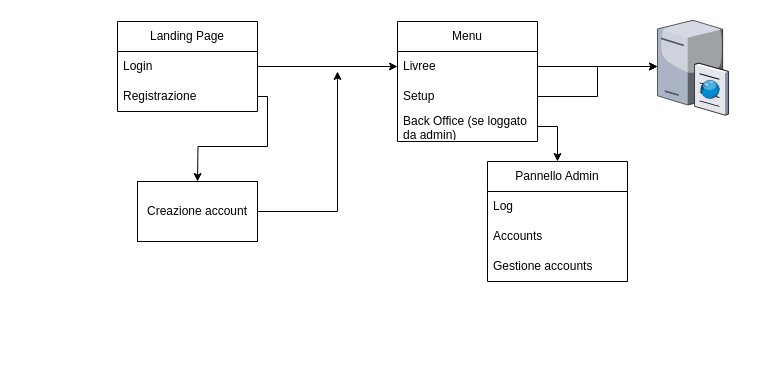
ForeverExe/BSR_Resources keeps this draw.io diagram as page "Flow&Struct" (1 of 2) of schema.drawio. Above is the earlier version. Source tidied: cells renumbered, new cells numbered last; positions are measured from the earlier drawing's top-left corner, leaving out a move shared by most shapes. Both pictures are drawn from the tidied source at 100%, with x=0, y=0 at pixel (117, 17).
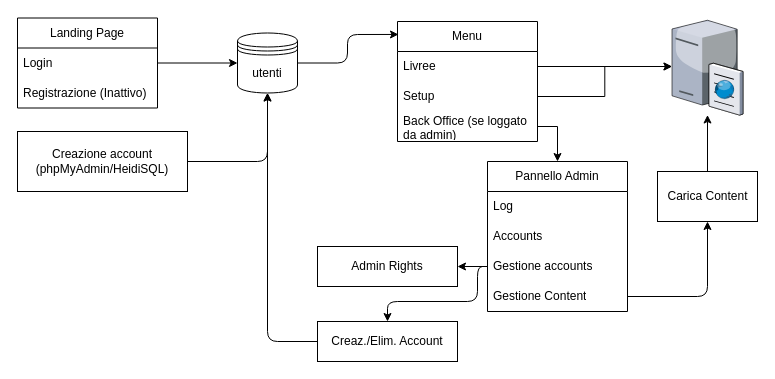
The same diagram, later.

The change refers to these unchanged cells:
```xml
<mxCell id="3" value="Login" style="text;strokeColor=none;fillColor=none;align=left;verticalAlign=middle;spacingLeft=4;spacingRight=4;overflow=hidden;points=[[0,0.5],[1,0.5]];portConstraint=eastwest;whiteSpace=wrap;html=1;" parent="2" vertex="1">
  <mxGeometry y="30" width="140" height="30" as="geometry" />
</mxCell>
<mxCell id="5" value="Menu" style="swimlane;fontStyle=0;horizontal=1;startSize=30;whiteSpace=wrap;html=1;" parent="1" vertex="1">
  <mxGeometry x="280" y="4" width="140" height="120" as="geometry" />
</mxCell>
<mxCell id="6" value="Livree" style="text;strokeColor=none;fillColor=none;align=left;verticalAlign=middle;spacingLeft=4;spacingRight=4;overflow=hidden;points=[[0,0.5],[1,0.5]];portConstraint=eastwest;whiteSpace=wrap;html=1;" parent="5" vertex="1">
  <mxGeometry y="30" width="140" height="30" as="geometry" />
</mxCell>
<mxCell id="20" value="Gestione accounts" style="text;strokeColor=none;fillColor=none;align=left;verticalAlign=middle;spacingLeft=4;spacingRight=4;overflow=hidden;points=[[0,0.5],[1,0.5]];portConstraint=eastwest;whiteSpace=wrap;html=1;" parent="17" vertex="1">
  <mxGeometry y="90" width="140" height="30" as="geometry" />
</mxCell>
```

What changed in the source:
```diff
@@
     <mxCell id="2" value="Landing Page" style="swimlane;fontStyle=0;horizontal=1;startSize=30;whiteSpace=wrap;html=1;" parent="1" vertex="1">
-      <mxGeometry y="4" width="140" height="90" as="geometry" />
+      <mxGeometry x="-100" y="0.5" width="140" height="90" as="geometry" />
     </mxCell>
@@
-    <mxCell id="4" value="Registrazione" style="text;strokeColor=none;fillColor=none;align=left;verticalAlign=middle;spacingLeft=4;spacingRight=4;overflow=hidden;points=[[0,0.5],[1,0.5]];portConstraint=eastwest;whiteSpace=wrap;html=1;" parent="2" vertex="1">
+    <mxCell id="4" value="Registrazione (Inattivo)" style="text;strokeColor=none;fillColor=none;align=left;verticalAlign=middle;spacingLeft=4;spacingRight=4;overflow=hidden;points=[[0,0.5],[1,0.5]];portConstraint=eastwest;whiteSpace=wrap;html=1;" parent="2" vertex="1">
       <mxGeometry y="60" width="140" height="30" as="geometry" />
     </mxCell>
@@
-    <mxCell id="9" style="edgeStyle=none;html=1;exitX=1;exitY=0.5;exitDx=0;exitDy=0;entryX=0;entryY=0.5;entryDx=0;entryDy=0;" parent="1" edge="1" source="3" target="6">
-      <mxGeometry relative="1" as="geometry" />
-    </mxCell>
-    <mxCell id="10" style="edgeStyle=orthogonalEdgeStyle;html=1;exitX=1;exitY=0.5;exitDx=0;exitDy=0;rounded=0;" parent="1" edge="1" source="4">
-      <mxGeometry relative="1" as="geometry">
-        <mxPoint x="80" y="164" as="targetPoint" />
-      </mxGeometry>
-    </mxCell>
-    <mxCell id="11" style="edgeStyle=orthogonalEdgeStyle;rounded=0;html=1;exitX=1;exitY=0.5;exitDx=0;exitDy=0;" parent="1" edge="1" source="12">
-      <mxGeometry relative="1" as="geometry">
-        <mxPoint x="220" y="54" as="targetPoint" />
-        <Array as="points">
-          <mxPoint x="220" y="194" />
-        </Array>
-      </mxGeometry>
-    </mxCell>
+    <mxCell id="21" style="edgeStyle=orthogonalEdgeStyle;html=1;exitX=1;exitY=0.5;exitDx=0;exitDy=0;entryX=0.5;entryY=1;entryDx=0;entryDy=0;" parent="1" edge="1" source="12" target="24">
+      <mxGeometry relative="1" as="geometry" />
+    </mxCell>
-    <mxCell id="12" value="Creazione account" style="rounded=0;whiteSpace=wrap;html=1;" parent="1" vertex="1">
-      <mxGeometry x="20" y="164" width="120" height="60" as="geometry" />
+    <mxCell id="12" value="Creazione account (phpMyAdmin/HeidiSQL)" style="rounded=0;whiteSpace=wrap;html=1;" parent="1" vertex="1">
+      <mxGeometry x="-100" y="114" width="170" height="60" as="geometry" />
     </mxCell>
     <mxCell id="13" style="verticalLabelPosition=bottom;sketch=0;html=1;verticalAlign=top;strokeColor=none;align=center;outlineConnect=0;shape=mxgraph.citrix.ftp_server;" parent="1" vertex="1">
-      <mxGeometry x="540" y="0.5" width="71" height="97" as="geometry" />
+      <mxGeometry x="554.5" y="0.5" width="71" height="97" as="geometry" />
     </mxCell>
@@
     <mxCell id="17" value="Pannello Admin" style="swimlane;fontStyle=0;horizontal=1;startSize=30;whiteSpace=wrap;html=1;" parent="1" vertex="1">
-      <mxGeometry x="370" y="144" width="140" height="120" as="geometry" />
+      <mxGeometry x="370" y="144" width="140" height="150" as="geometry" />
     </mxCell>
@@
+    <mxCell id="22" value="Gestione Content" style="text;strokeColor=none;fillColor=none;align=left;verticalAlign=middle;spacingLeft=4;spacingRight=4;overflow=hidden;points=[[0,0.5],[1,0.5]];portConstraint=eastwest;whiteSpace=wrap;html=1;" parent="17" vertex="1">
+      <mxGeometry y="120" width="140" height="30" as="geometry" />
+    </mxCell>
+    <mxCell id="23" style="edgeStyle=orthogonalEdgeStyle;html=1;exitX=1;exitY=0.5;exitDx=0;exitDy=0;entryX=0.007;entryY=0.108;entryDx=0;entryDy=0;entryPerimeter=0;" parent="1" edge="1" source="24" target="5">
+      <mxGeometry relative="1" as="geometry" />
+    </mxCell>
+    <mxCell id="24" value="utenti" style="shape=datastore;whiteSpace=wrap;html=1;" parent="1" vertex="1">
+      <mxGeometry x="120" y="15.5" width="60" height="60" as="geometry" />
+    </mxCell>
+    <mxCell id="25" style="edgeStyle=orthogonalEdgeStyle;html=1;exitX=1;exitY=0.5;exitDx=0;exitDy=0;entryX=0;entryY=0.5;entryDx=0;entryDy=0;" parent="1" edge="1" source="3" target="24">
+      <mxGeometry relative="1" as="geometry" />
+    </mxCell>
+    <mxCell id="26" style="edgeStyle=orthogonalEdgeStyle;html=1;exitX=0;exitY=0.5;exitDx=0;exitDy=0;entryX=0.5;entryY=1;entryDx=0;entryDy=0;" parent="1" edge="1" source="27" target="24">
+      <mxGeometry relative="1" as="geometry" />
+    </mxCell>
+    <mxCell id="27" value="Creaz./Elim. Account" style="rounded=0;whiteSpace=wrap;html=1;" parent="1" vertex="1">
+      <mxGeometry x="200" y="304" width="140" height="40" as="geometry" />
+    </mxCell>
+    <mxCell id="28" style="edgeStyle=orthogonalEdgeStyle;html=1;exitX=0;exitY=0.5;exitDx=0;exitDy=0;entryX=0.5;entryY=0;entryDx=0;entryDy=0;" parent="1" edge="1" source="20" target="27">
+      <mxGeometry relative="1" as="geometry">
+        <Array as="points">
+          <mxPoint x="360" y="249" />
+          <mxPoint x="360" y="284" />
+          <mxPoint x="270" y="284" />
+        </Array>
+      </mxGeometry>
+    </mxCell>
+    <mxCell id="29" value="Admin Rights" style="rounded=0;whiteSpace=wrap;html=1;" parent="1" vertex="1">
+      <mxGeometry x="200" y="229" width="140" height="40" as="geometry" />
+    </mxCell>
+    <mxCell id="30" style="edgeStyle=orthogonalEdgeStyle;html=1;exitX=0;exitY=0.5;exitDx=0;exitDy=0;entryX=1;entryY=0.5;entryDx=0;entryDy=0;" parent="1" edge="1" source="20" target="29">
+      <mxGeometry relative="1" as="geometry" />
+    </mxCell>
+    <mxCell id="31" style="edgeStyle=orthogonalEdgeStyle;html=1;entryX=0.5;entryY=1;entryDx=0;entryDy=0;" parent="1" edge="1" source="22" target="33">
+      <mxGeometry relative="1" as="geometry" />
+    </mxCell>
+    <mxCell id="32" style="edgeStyle=orthogonalEdgeStyle;html=1;exitX=0.5;exitY=0;exitDx=0;exitDy=0;" parent="1" edge="1" source="33" target="13">
+      <mxGeometry relative="1" as="geometry" />
+    </mxCell>
+    <mxCell id="33" value="Carica Content" style="html=1;dashed=0;whitespace=wrap;" parent="1" vertex="1">
+      <mxGeometry x="540" y="154" width="100" height="50" as="geometry" />
+    </mxCell>
```
